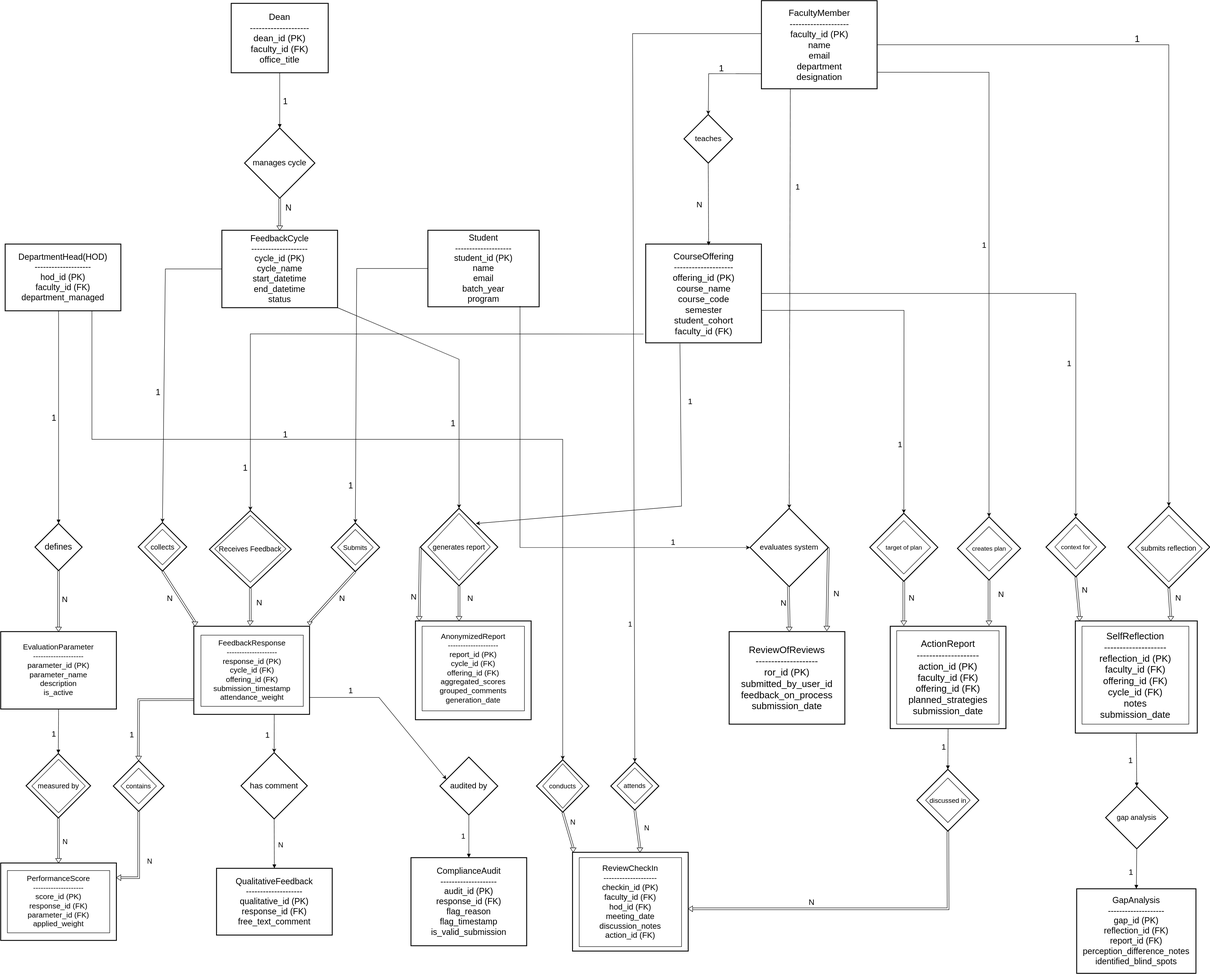
Above: Database/ER_Digram.svg in IIIT-Sricity-FSD-2024-2028/39_endur (draw.io), before the change. Source tidied: cells renumbered, new cells last; positions are measured from the earlier drawing's top-left corner, leaving out a move shared by most shapes.
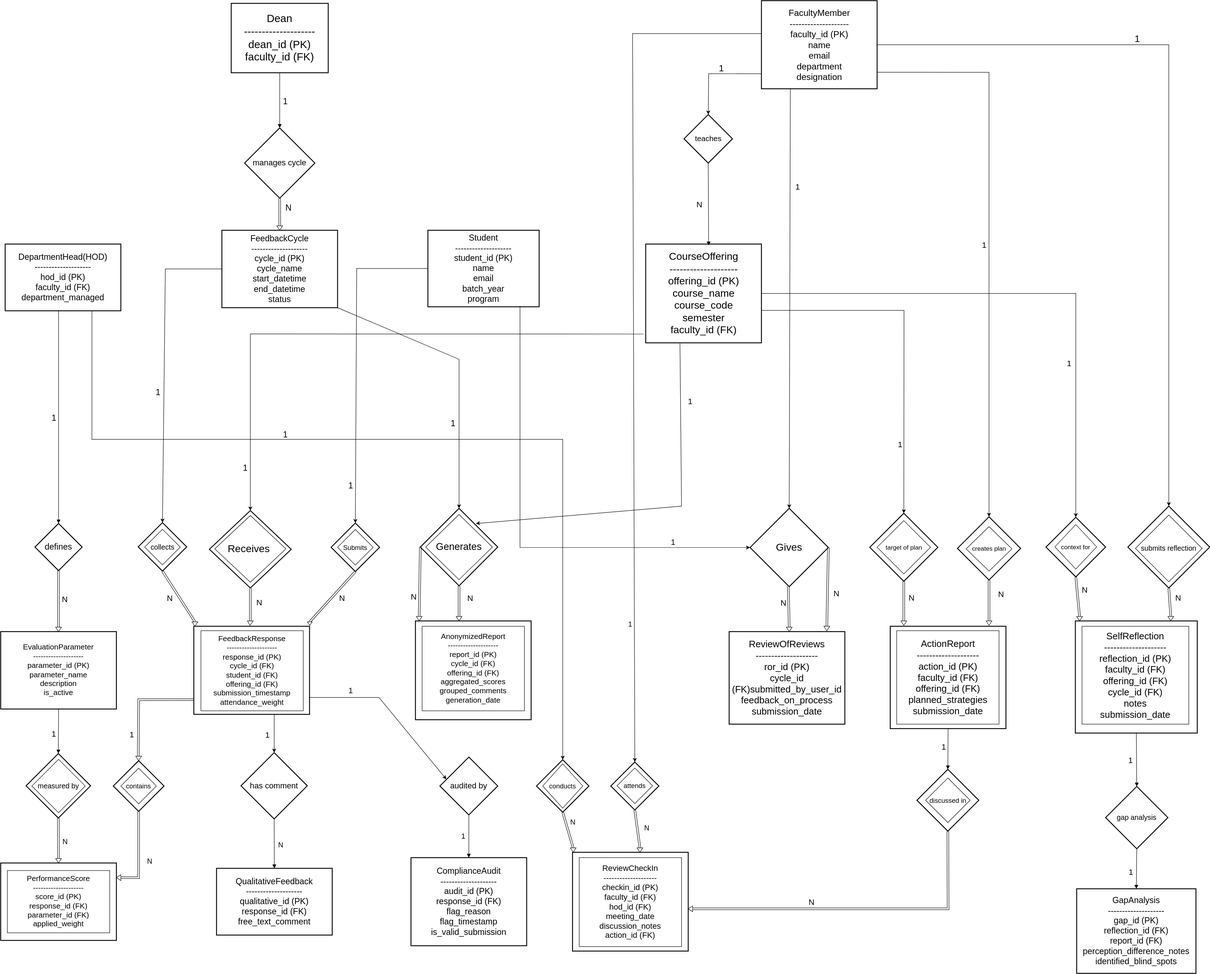
Later version of the same file.

What changed in the source:
```diff
@@ -11,10 +11,10 @@
     <mxCell id="4" value="DepartmentHead(HOD)&#10;--------------------&#10;hod_id (PK)&#10;faculty_id (FK)&#10;department_managed" style="whiteSpace=wrap;strokeWidth=2;fontSize=19;" parent="1" vertex="1">
       <mxGeometry x="10" y="547" width="260" height="150" as="geometry" />
     </mxCell>
-    <mxCell id="5" value="Dean&#10;--------------------&#10;dean_id (PK)&#10;faculty_id (FK)&#10;office_title" style="whiteSpace=wrap;strokeWidth=2;fontSize=20;" parent="1" vertex="1">
+    <mxCell id="5" value="Dean&#10;--------------------&#10;dean_id (PK)&#10;faculty_id (FK)" style="whiteSpace=wrap;strokeWidth=2;fontSize=24;" parent="1" vertex="1">
       <mxGeometry x="518" y="6" width="218" height="156" as="geometry" />
     </mxCell>
-    <mxCell id="6" value="CourseOffering&#10;--------------------&#10;offering_id (PK)&#10;course_name&#10;course_code&#10;semester&#10;student_cohort&#10;faculty_id (FK)" style="whiteSpace=wrap;strokeWidth=2;fontSize=20;" parent="1" vertex="1">
+    <mxCell id="6" value="CourseOffering&#10;--------------------&#10;offering_id (PK)&#10;course_name&#10;course_code&#10;semester&#10;faculty_id (FK)" style="whiteSpace=wrap;strokeWidth=2;fontSize=23;" parent="1" vertex="1">
       <mxGeometry x="1449.5" y="547" width="260" height="222" as="geometry" />
     </mxCell>
     <mxCell id="7" value="FeedbackCycle&#10;--------------------&#10;cycle_id (PK)&#10;cycle_name&#10;start_datetime&#10;end_datetime&#10;status" style="whiteSpace=wrap;strokeWidth=2;fontSize=19;" parent="1" vertex="1">
@@ -50,13 +50,13 @@
     <mxCell id="17" style="whiteSpace=wrap;strokeWidth=2;" parent="1" vertex="1">
       <mxGeometry x="1285" y="1914" width="260" height="222" as="geometry" />
     </mxCell>
-    <mxCell id="18" value="ReviewOfReviews&#10;--------------------&#10;ror_id (PK)&#10;submitted_by_user_id&#10;feedback_on_process&#10;submission_date" style="whiteSpace=wrap;strokeWidth=2;fontSize=21;" parent="1" vertex="1">
+    <mxCell id="18" value="ReviewOfReviews&#10;--------------------&#10;ror_id (PK)&#10;cycle_id (FK)submitted_by_user_id&#10;feedback_on_process&#10;submission_date" style="whiteSpace=wrap;strokeWidth=2;fontSize=21;" parent="1" vertex="1">
       <mxGeometry x="1637" y="1418" width="260" height="208" as="geometry" />
     </mxCell>
     <mxCell id="19" value="submits" style="rhombus;strokeWidth=2;whiteSpace=wrap;" parent="1" vertex="1">
       <mxGeometry x="742.5" y="1174" width="109" height="109" as="geometry" />
     </mxCell>
-    <mxCell id="20" value="evaluates system" style="rhombus;strokeWidth=2;whiteSpace=wrap;fontSize=17;" parent="1" vertex="1">
+    <mxCell id="20" value="Gives" style="rhombus;strokeWidth=2;whiteSpace=wrap;fontSize=23;" parent="1" vertex="1">
       <mxGeometry x="1684" y="1141" width="176" height="176" as="geometry" />
     </mxCell>
     <mxCell id="21" value="teaches" style="rhombus;strokeWidth=2;whiteSpace=wrap;fontSize=17;" parent="1" vertex="1">
@@ -146,8 +146,8 @@
     <mxCell id="47" value="1" style="curved=1;startArrow=none;endArrow=block;exitX=0.5;exitY=1;entryX=0.5;entryY=0;rounded=0;fontSize=19;" parent="1" edge="1" source="5" target="27">
       <mxGeometry x="0.03" y="13" relative="1" as="geometry" />
     </mxCell>
-    <mxCell id="48" value="&lt;font style=&quot;font-size: 17px;&quot;&gt;FeedbackResponse&lt;br&gt;--------------------&lt;br&gt;response_id (PK)&lt;br&gt;cycle_id (FK)&lt;br&gt;offering_id (FK)&lt;br&gt;submission_timestamp&lt;br&gt;attendance_weight&lt;/font&gt;" style="rounded=0;whiteSpace=wrap;html=1;" parent="1" vertex="1">
-      <mxGeometry x="450" y="1426" width="230" height="160" as="geometry" />
+    <mxCell id="48" value="&lt;font style=&quot;font-size: 17px;&quot;&gt;FeedbackResponse&lt;br&gt;--------------------&lt;br&gt;response_id (PK)&lt;br&gt;&lt;/font&gt;&lt;div&gt;&lt;font style=&quot;font-size: 17px;&quot;&gt;cycle_id (FK)&lt;/font&gt;&lt;/div&gt;&lt;div&gt;&lt;font style=&quot;font-size: 17px;&quot;&gt;student_id (FK)&lt;/font&gt;&lt;/div&gt;&lt;font style=&quot;font-size: 17px;&quot;&gt;offering_id (FK)&lt;br&gt;submission_timestamp&lt;br&gt;attendance_weight&lt;/font&gt;" style="rounded=0;whiteSpace=wrap;html=1;" parent="1" vertex="1">
+      <mxGeometry x="450" y="1416" width="230" height="180" as="geometry" />
     </mxCell>
     <mxCell id="49" value="&lt;font style=&quot;font-size: 21px;&quot;&gt;&lt;br&gt;SelfReflection&lt;br&gt;--------------------&lt;br&gt;reflection_id (PK)&lt;br&gt;faculty_id (FK)&lt;br&gt;offering_id (FK)&lt;br&gt;cycle_id (FK)&lt;br&gt;notes&lt;br&gt;submission_date&lt;br&gt;&lt;br&gt;&lt;/font&gt;" style="rounded=0;whiteSpace=wrap;html=1;" parent="1" vertex="1">
       <mxGeometry x="2430" y="1406" width="240" height="220" as="geometry" />
@@ -170,7 +170,7 @@
     <mxCell id="55" value="&lt;div&gt;&lt;font style=&quot;font-size: 16px;&quot;&gt;collects&lt;/font&gt;&lt;/div&gt;" style="rhombus;whiteSpace=wrap;html=1;" parent="1" vertex="1">
       <mxGeometry x="323.5" y="1188" width="80" height="80" as="geometry" />
     </mxCell>
-    <mxCell id="56" value="&lt;font style=&quot;font-size: 16px;&quot;&gt;Receives Feedback&lt;/font&gt;" style="rhombus;whiteSpace=wrap;html=1;" parent="1" vertex="1">
+    <mxCell id="56" value="&lt;font&gt;Receives&amp;nbsp;&lt;/font&gt;" style="rhombus;whiteSpace=wrap;html=1;fontSize=23;" parent="1" vertex="1">
       <mxGeometry x="481" y="1157" width="160" height="150" as="geometry" />
     </mxCell>
     <mxCell id="57" value="&lt;font style=&quot;font-size: 16px;&quot;&gt;submits reflection&lt;/font&gt;" style="rhombus;whiteSpace=wrap;html=1;" parent="1" vertex="1">
@@ -194,8 +194,8 @@
     <mxCell id="63" value="&lt;font style=&quot;font-size: 15px;&quot;&gt;discussed in&lt;/font&gt;" style="rhombus;whiteSpace=wrap;html=1;" parent="1" vertex="1">
       <mxGeometry x="2078.5" y="1747" width="100" height="100" as="geometry" />
     </mxCell>
-    <mxCell id="64" value="&lt;font style=&quot;font-size: 16px;&quot;&gt;generates report&lt;/font&gt;" style="rhombus;whiteSpace=wrap;html=1;" parent="1" vertex="1">
-      <mxGeometry x="960" y="1152.5" width="140" height="150" as="geometry" />
+    <mxCell id="64" value="Generates" style="rhombus;whiteSpace=wrap;html=1;fontSize=22;" parent="1" vertex="1">
+      <mxGeometry x="955" y="1154.8" width="150" height="146.5" as="geometry" />
     </mxCell>
     <mxCell id="65" value="contains" style="rhombus;whiteSpace=wrap;html=1;fontSize=15;" parent="1" vertex="1">
       <mxGeometry x="270" y="1725" width="80" height="80" as="geometry" />
@@ -538,7 +538,7 @@
     <mxCell id="137" style="verticalLabelPosition=bottom;verticalAlign=top;html=1;shape=mxgraph.basic.acute_triangle;dx=0.5;direction=west;strokeColor=default;fillColor=light-dark(#FFFFFF,#FFFFFF);" parent="1" vertex="1">
       <mxGeometry x="934" y="1384" width="13" height="10" as="geometry" />
     </mxCell>
-    <mxCell id="138" style="verticalLabelPosition=bottom;verticalAlign=top;html=1;shape=mxgraph.basic.acute_triangle;dx=0.5;direction=west;strokeColor=default;fillColor=light-dark(#FFFFFF,#FFFFFF);" parent="1" vertex="1">
+    <mxCell id="138" style="verticalLabelPosition=bottom;verticalAlign=top;html=1;shape=mxgraph.basic.acute_triangle;dx=0.5;direction=west;strokeColor=default;fillColor=light-dark(#FFFFFF, #111111);" parent="1" vertex="1">
       <mxGeometry x="1023.5" y="1384" width="13" height="10" as="geometry" />
     </mxCell>
     <mxCell id="139" style="verticalLabelPosition=bottom;verticalAlign=top;html=1;shape=mxgraph.basic.acute_triangle;dx=0.5;direction=west;strokeColor=default;fillColor=light-dark(#FFFFFF,#FFFFFF);" parent="1" vertex="1">
```
